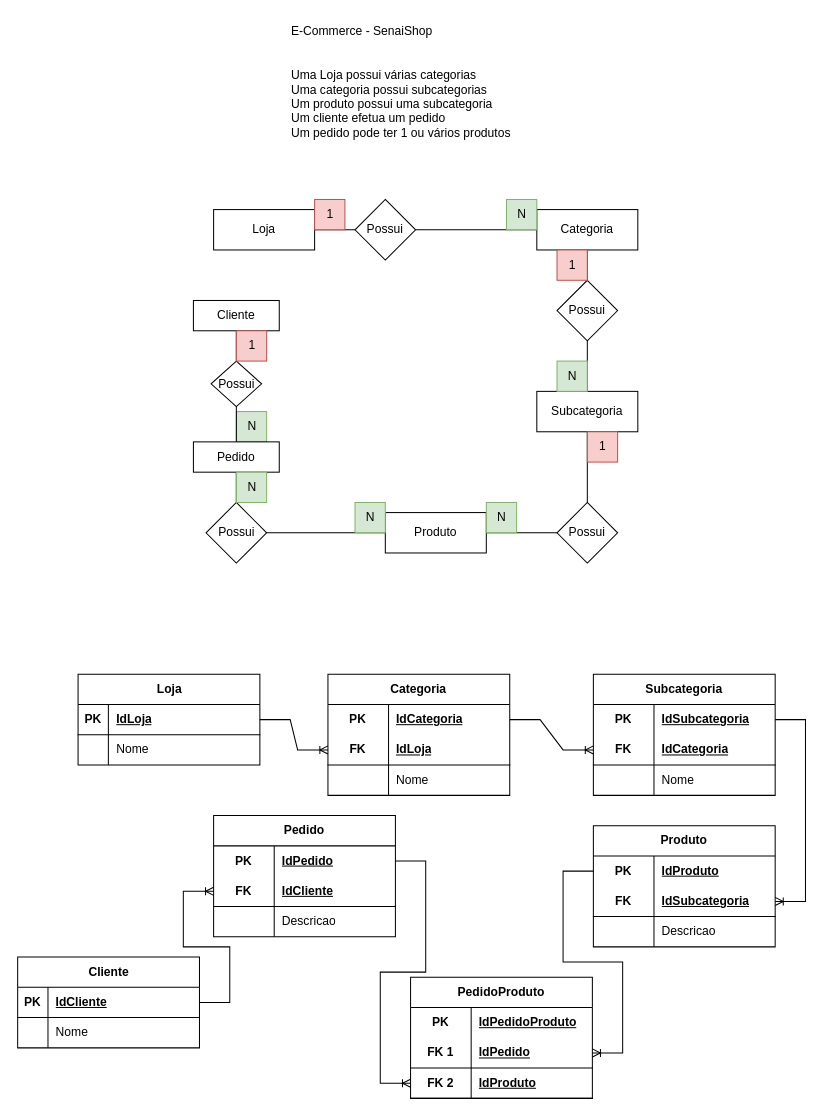
Above: page "Página-6" (6 of 7) of Senai_sprint01/Atividade-1-aula-03/teste.drawio in dgmath/2-Semestre (draw.io), before the change. Source tidied: cells renumbered, new cells numbered last; positions are measured from the earlier drawing's top-left corner, leaving out a move shared by most shapes. Both pictures are drawn from the tidied source at 101%, with x=0, y=0 at pixel (17, 17).
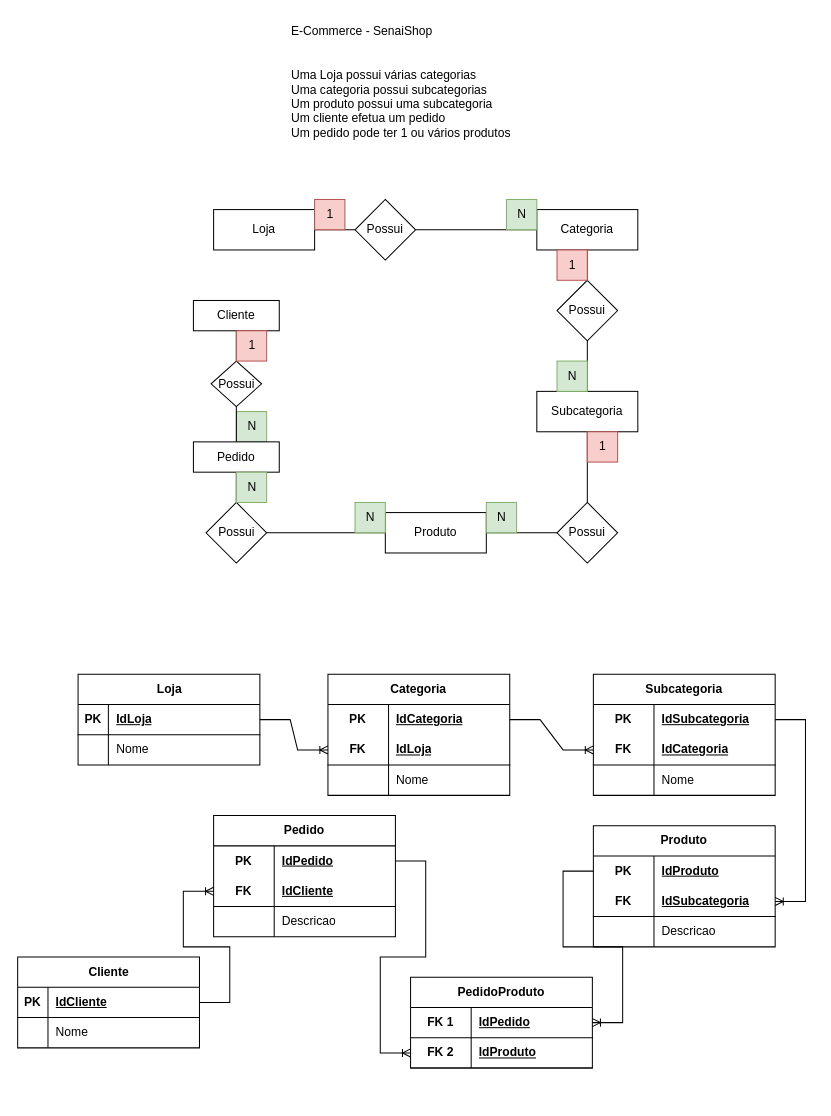
After the change.

The edit, as a diff of the source:
```diff
@@
     <mxCell id="81" value="PedidoProduto" style="shape=table;startSize=30;childLayout=tableLayout;rowLines=0;fontStyle=1;align=center;html=1;whiteSpace=wrap;" parent="1" vertex="1">
-      <mxGeometry x="389" y="950" width="180" height="120" as="geometry" />
+      <mxGeometry x="389" y="950" width="180" height="90" as="geometry" />
     </mxCell>
-    <mxCell id="82" style="shape=tableRow;horizontal=0;startSize=0;swimlaneHead=0;swimlaneBody=0;fillColor=none;top=0;left=0;right=0;bottom=0;html=1;" parent="81" vertex="1">
-      <mxGeometry y="30" width="180" height="30" as="geometry" />
-    </mxCell>
-    <mxCell id="83" value="PK" style="shape=partialRectangle;fillColor=none;top=0;left=0;bottom=0;right=0;fontStyle=1;overflow=hidden;html=1;whiteSpace=wrap;" parent="82" vertex="1">
-      <mxGeometry width="60" height="30" as="geometry" />
-    </mxCell>
-    <mxCell id="84" value="IdPedidoProduto" style="shape=partialRectangle;fillColor=none;top=0;left=0;bottom=0;right=0;align=left;spacingLeft=6;fontStyle=5;overflow=hidden;html=1;whiteSpace=wrap;" parent="82" vertex="1">
-      <mxGeometry x="60" width="120" height="30" as="geometry" />
-    </mxCell>
     <mxCell id="85" style="shape=tableRow;horizontal=0;startSize=0;swimlaneHead=0;swimlaneBody=0;fillColor=none;points=[[0,0.5],[1,0.5]];portConstraint=eastwest;top=0;left=0;right=0;bottom=1;html=1;" parent="81" vertex="1">
-      <mxGeometry y="60" width="180" height="30" as="geometry" />
+      <mxGeometry y="30" width="180" height="30" as="geometry" />
     </mxCell>
@@
     <mxCell id="88" style="shape=tableRow;horizontal=0;startSize=0;swimlaneHead=0;swimlaneBody=0;fillColor=none;points=[[0,0.5],[1,0.5]];portConstraint=eastwest;top=0;left=0;right=0;bottom=1;html=1;" parent="81" vertex="1">
-      <mxGeometry y="90" width="180" height="30" as="geometry" />
+      <mxGeometry y="60" width="180" height="30" as="geometry" />
     </mxCell>
```
